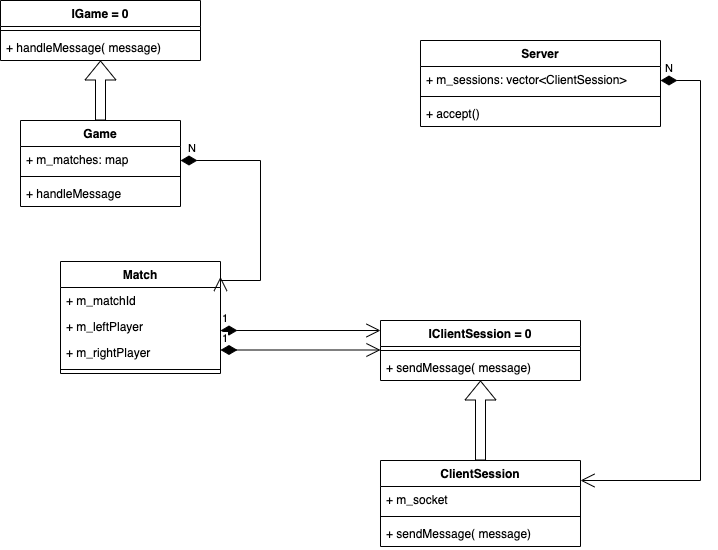
This is doc/ClassDiagram.drawio.png from oleksiinutlis/GameQT, a draw.io export, as it was before one commit. Source tidied: cells renumbered, new cells last; positions are measured from the earlier drawing's top-left corner, leaving out a move shared by most shapes. Its diagram source:
```xml
<mxGraphModel>
  <root>
    <mxCell id="0" />
    <mxCell id="1" parent="0" />
    <mxCell id="2" value="IClientSession = 0&#10;" style="swimlane;fontStyle=1;align=center;verticalAlign=top;horizontal=1;startSize=26;" parent="1" vertex="1">
      <mxGeometry x="380" y="320" width="200" height="60" as="geometry" />
    </mxCell>
    <mxCell id="3" style="line;strokeWidth=1;fillColor=none;align=left;verticalAlign=middle;spacingTop=-1;spacingLeft=3;spacingRight=3;labelPosition=right;" parent="2" vertex="1">
      <mxGeometry y="26" width="200" height="8" as="geometry" />
    </mxCell>
    <mxCell id="4" value="+ sendMessage( message)" style="text;strokeColor=none;fillColor=none;align=left;verticalAlign=top;spacingLeft=4;spacingRight=4;overflow=hidden;points=[[0,0.5],[1,0.5]];portConstraint=eastwest;" parent="2" vertex="1">
      <mxGeometry y="34" width="200" height="26" as="geometry" />
    </mxCell>
    <mxCell id="5" value="IGame = 0" style="swimlane;fontStyle=1;align=center;verticalAlign=top;horizontal=1;startSize=26;" parent="1" vertex="1">
      <mxGeometry width="200" height="60" as="geometry" />
    </mxCell>
    <mxCell id="6" style="line;strokeWidth=1;fillColor=none;align=left;verticalAlign=middle;spacingTop=-1;spacingLeft=3;spacingRight=3;labelPosition=right;" parent="5" vertex="1">
      <mxGeometry y="26" width="200" height="8" as="geometry" />
    </mxCell>
    <mxCell id="7" value="+ handleMessage( message)" style="text;strokeColor=none;fillColor=none;align=left;verticalAlign=top;spacingLeft=4;spacingRight=4;overflow=hidden;points=[[0,0.5],[1,0.5]];portConstraint=eastwest;" parent="5" vertex="1">
      <mxGeometry y="34" width="200" height="26" as="geometry" />
    </mxCell>
    <mxCell id="8" value="ClientSession" style="swimlane;fontStyle=1;align=center;verticalAlign=top;horizontal=1;startSize=26;" parent="1" vertex="1">
      <mxGeometry x="380" y="460" width="200" height="86" as="geometry" />
    </mxCell>
    <mxCell id="9" value="+ m_socket" style="text;strokeColor=none;fillColor=none;align=left;verticalAlign=top;spacingLeft=4;spacingRight=4;overflow=hidden;" parent="8" vertex="1">
      <mxGeometry y="26" width="200" height="26" as="geometry" />
    </mxCell>
    <mxCell id="10" style="line;strokeWidth=1;fillColor=none;align=left;verticalAlign=middle;spacingTop=-1;spacingLeft=3;spacingRight=3;labelPosition=right;" parent="8" vertex="1">
      <mxGeometry y="52" width="200" height="8" as="geometry" />
    </mxCell>
    <mxCell id="11" value="+ sendMessage( message)" style="text;strokeColor=none;fillColor=none;align=left;verticalAlign=top;spacingLeft=4;spacingRight=4;overflow=hidden;" parent="8" vertex="1">
      <mxGeometry y="60" width="200" height="26" as="geometry" />
    </mxCell>
    <mxCell id="12" value="Server" style="swimlane;fontStyle=1;align=center;verticalAlign=top;horizontal=1;startSize=26;" parent="1" vertex="1">
      <mxGeometry x="420" y="40" width="240" height="86" as="geometry" />
    </mxCell>
    <mxCell id="13" value="+ m_sessions: vector&lt;ClientSession&gt;" style="text;strokeColor=none;fillColor=none;align=left;verticalAlign=top;spacingLeft=4;spacingRight=4;overflow=hidden;points=[[0,0.5],[1,0.5]];portConstraint=eastwest;" parent="12" vertex="1">
      <mxGeometry y="26" width="240" height="26" as="geometry" />
    </mxCell>
    <mxCell id="14" style="line;strokeWidth=1;fillColor=none;align=left;verticalAlign=middle;spacingTop=-1;spacingLeft=3;spacingRight=3;labelPosition=right;" parent="12" vertex="1">
      <mxGeometry y="52" width="240" height="8" as="geometry" />
    </mxCell>
    <mxCell id="15" value="+ accept()" style="text;strokeColor=none;fillColor=none;align=left;verticalAlign=top;spacingLeft=4;spacingRight=4;overflow=hidden;" parent="12" vertex="1">
      <mxGeometry y="60" width="240" height="26" as="geometry" />
    </mxCell>
    <mxCell id="16" value="Match" style="swimlane;fontStyle=1;align=center;verticalAlign=top;horizontal=1;startSize=26;" parent="1" vertex="1">
      <mxGeometry x="60" y="261" width="160" height="112" as="geometry" />
    </mxCell>
    <mxCell id="17" value="+ m_matchId" style="text;strokeColor=none;fillColor=none;align=left;verticalAlign=top;spacingLeft=4;spacingRight=4;overflow=hidden;" parent="16" vertex="1">
      <mxGeometry y="26" width="160" height="26" as="geometry" />
    </mxCell>
    <mxCell id="18" value="+ m_leftPlayer" style="text;strokeColor=none;fillColor=none;align=left;verticalAlign=top;spacingLeft=4;spacingRight=4;overflow=hidden;" parent="16" vertex="1">
      <mxGeometry y="52" width="160" height="26" as="geometry" />
    </mxCell>
    <mxCell id="19" value="+ m_rightPlayer" style="text;strokeColor=none;fillColor=none;align=left;verticalAlign=top;spacingLeft=4;spacingRight=4;overflow=hidden;points=[[0,0.5],[1,0.5]];portConstraint=eastwest;" parent="16" vertex="1">
      <mxGeometry y="78" width="160" height="26" as="geometry" />
    </mxCell>
    <mxCell id="20" style="line;strokeWidth=1;fillColor=none;align=left;verticalAlign=middle;spacingTop=-1;spacingLeft=3;spacingRight=3;labelPosition=right;" parent="16" vertex="1">
      <mxGeometry y="104" width="160" height="8" as="geometry" />
    </mxCell>
    <mxCell id="21" value="Game" style="swimlane;fontStyle=1;align=center;verticalAlign=top;horizontal=1;startSize=26;" parent="1" vertex="1">
      <mxGeometry x="20" y="120" width="160" height="86" as="geometry" />
    </mxCell>
    <mxCell id="22" value="+ m_matches: map" style="text;strokeColor=none;fillColor=none;align=left;verticalAlign=top;spacingLeft=4;spacingRight=4;overflow=hidden;" parent="21" vertex="1">
      <mxGeometry y="26" width="160" height="26" as="geometry" />
    </mxCell>
    <mxCell id="23" style="line;strokeWidth=1;fillColor=none;align=left;verticalAlign=middle;spacingTop=-1;spacingLeft=3;spacingRight=3;labelPosition=right;" parent="21" vertex="1">
      <mxGeometry y="52" width="160" height="8" as="geometry" />
    </mxCell>
    <mxCell id="24" value="+ handleMessage" style="text;strokeColor=none;fillColor=none;align=left;verticalAlign=top;spacingLeft=4;spacingRight=4;overflow=hidden;" parent="21" vertex="1">
      <mxGeometry y="60" width="160" height="26" as="geometry" />
    </mxCell>
    <mxCell id="25" value="&amp;nbsp; N" style="endArrow=open;html=1;endSize=12;startArrow=diamondThin;startSize=14;startFill=1;edgeStyle=orthogonalEdgeStyle;align=left;verticalAlign=bottom;rounded=0;entryX=1;entryY=0.138;entryDx=0;entryDy=0;entryPerimeter=0;" parent="1" edge="1" target="16">
      <mxGeometry x="-1" y="3" relative="1" as="geometry">
        <mxPoint x="180" y="160" as="sourcePoint" />
        <Array as="points">
          <mxPoint x="260" y="160" />
          <mxPoint x="260" y="280" />
        </Array>
      </mxGeometry>
    </mxCell>
    <mxCell id="26" value="1" style="endArrow=open;html=1;endSize=12;startArrow=diamondThin;startSize=14;startFill=1;edgeStyle=orthogonalEdgeStyle;align=left;verticalAlign=bottom;rounded=0;" parent="1" edge="1">
      <mxGeometry x="-1" y="3" relative="1" as="geometry">
        <mxPoint x="220" y="330" as="sourcePoint" />
        <mxPoint x="380" y="330" as="targetPoint" />
      </mxGeometry>
    </mxCell>
    <mxCell id="27" value="1" style="endArrow=open;html=1;endSize=12;startArrow=diamondThin;startSize=14;startFill=1;edgeStyle=orthogonalEdgeStyle;align=left;verticalAlign=bottom;rounded=0;" parent="1" edge="1">
      <mxGeometry x="-1" y="3" relative="1" as="geometry">
        <mxPoint x="220" y="349.5" as="sourcePoint" />
        <mxPoint x="380" y="349.5" as="targetPoint" />
      </mxGeometry>
    </mxCell>
    <mxCell id="28" value="&amp;nbsp;N" style="endArrow=open;html=1;endSize=12;startArrow=diamondThin;startSize=14;startFill=1;edgeStyle=orthogonalEdgeStyle;align=left;verticalAlign=bottom;rounded=0;" parent="1" edge="1" source="13" target="8">
      <mxGeometry x="-1" y="3" relative="1" as="geometry">
        <Array as="points">
          <mxPoint x="700" y="80" />
          <mxPoint x="700" y="480" />
        </Array>
      </mxGeometry>
    </mxCell>
    <mxCell id="29" style="shape=flexArrow;endArrow=classic;html=1;rounded=0;exitX=0.5;exitY=0;exitDx=0;exitDy=0;entryX=0.5;entryY=1;entryDx=0;entryDy=0;entryPerimeter=0;" parent="1" edge="1" source="21" target="7">
      <mxGeometry relative="1" as="geometry" />
    </mxCell>
    <mxCell id="30" style="shape=flexArrow;endArrow=classic;html=1;rounded=0;exitX=0.5;exitY=0;exitDx=0;exitDy=0;entryX=0.5;entryY=1;entryDx=0;entryDy=0;entryPerimeter=0;" parent="1" edge="1" source="8" target="4">
      <mxGeometry relative="1" as="geometry" />
    </mxCell>
  </root>
</mxGraphModel>
```
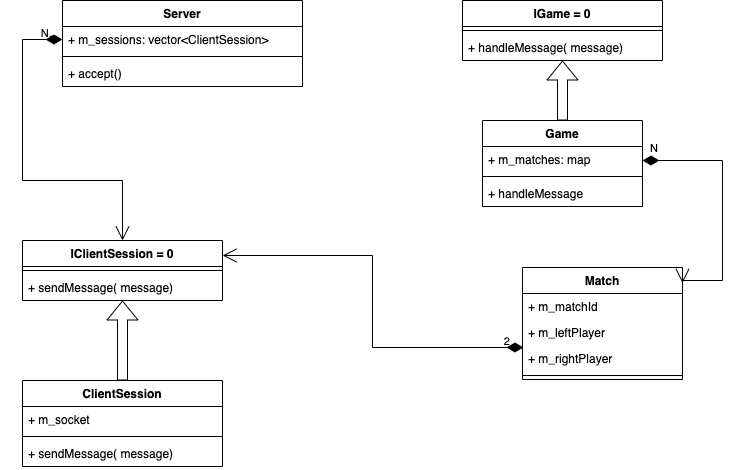
After the change.

Commit message:
updated class diagramm

The edit, as a diff of the source:
```diff
@@ -3,7 +3,7 @@
     <mxCell id="0" />
     <mxCell id="1" parent="0" />
     <mxCell id="2" value="IClientSession = 0&#10;" style="swimlane;fontStyle=1;align=center;verticalAlign=top;horizontal=1;startSize=26;" parent="1" vertex="1">
-      <mxGeometry x="380" y="320" width="200" height="60" as="geometry" />
+      <mxGeometry x="100" y="240" width="200" height="60" as="geometry" />
     </mxCell>
     <mxCell id="3" style="line;strokeWidth=1;fillColor=none;align=left;verticalAlign=middle;spacingTop=-1;spacingLeft=3;spacingRight=3;labelPosition=right;" parent="2" vertex="1">
       <mxGeometry y="26" width="200" height="8" as="geometry" />
@@ -12,7 +12,7 @@
       <mxGeometry y="34" width="200" height="26" as="geometry" />
     </mxCell>
     <mxCell id="5" value="IGame = 0" style="swimlane;fontStyle=1;align=center;verticalAlign=top;horizontal=1;startSize=26;" parent="1" vertex="1">
-      <mxGeometry width="200" height="60" as="geometry" />
+      <mxGeometry x="540" width="200" height="60" as="geometry" />
     </mxCell>
     <mxCell id="6" style="line;strokeWidth=1;fillColor=none;align=left;verticalAlign=middle;spacingTop=-1;spacingLeft=3;spacingRight=3;labelPosition=right;" parent="5" vertex="1">
       <mxGeometry y="26" width="200" height="8" as="geometry" />
@@ -21,7 +21,7 @@
       <mxGeometry y="34" width="200" height="26" as="geometry" />
     </mxCell>
     <mxCell id="8" value="ClientSession" style="swimlane;fontStyle=1;align=center;verticalAlign=top;horizontal=1;startSize=26;" parent="1" vertex="1">
-      <mxGeometry x="380" y="460" width="200" height="86" as="geometry" />
+      <mxGeometry x="100" y="380" width="200" height="86" as="geometry" />
     </mxCell>
     <mxCell id="9" value="+ m_socket" style="text;strokeColor=none;fillColor=none;align=left;verticalAlign=top;spacingLeft=4;spacingRight=4;overflow=hidden;" parent="8" vertex="1">
       <mxGeometry y="26" width="200" height="26" as="geometry" />
@@ -33,7 +33,7 @@
       <mxGeometry y="60" width="200" height="26" as="geometry" />
     </mxCell>
     <mxCell id="12" value="Server" style="swimlane;fontStyle=1;align=center;verticalAlign=top;horizontal=1;startSize=26;" parent="1" vertex="1">
-      <mxGeometry x="420" y="40" width="240" height="86" as="geometry" />
+      <mxGeometry x="140" width="240" height="86" as="geometry" />
     </mxCell>
     <mxCell id="13" value="+ m_sessions: vector&lt;ClientSession&gt;" style="text;strokeColor=none;fillColor=none;align=left;verticalAlign=top;spacingLeft=4;spacingRight=4;overflow=hidden;points=[[0,0.5],[1,0.5]];portConstraint=eastwest;" parent="12" vertex="1">
       <mxGeometry y="26" width="240" height="26" as="geometry" />
@@ -45,7 +45,7 @@
       <mxGeometry y="60" width="240" height="26" as="geometry" />
     </mxCell>
     <mxCell id="16" value="Match" style="swimlane;fontStyle=1;align=center;verticalAlign=top;horizontal=1;startSize=26;" parent="1" vertex="1">
-      <mxGeometry x="60" y="261" width="160" height="112" as="geometry" />
+      <mxGeometry x="600" y="267" width="160" height="112" as="geometry" />
     </mxCell>
     <mxCell id="17" value="+ m_matchId" style="text;strokeColor=none;fillColor=none;align=left;verticalAlign=top;spacingLeft=4;spacingRight=4;overflow=hidden;" parent="16" vertex="1">
       <mxGeometry y="26" width="160" height="26" as="geometry" />
@@ -60,7 +60,7 @@
       <mxGeometry y="104" width="160" height="8" as="geometry" />
     </mxCell>
     <mxCell id="21" value="Game" style="swimlane;fontStyle=1;align=center;verticalAlign=top;horizontal=1;startSize=26;" parent="1" vertex="1">
-      <mxGeometry x="20" y="120" width="160" height="86" as="geometry" />
+      <mxGeometry x="560" y="120" width="160" height="86" as="geometry" />
     </mxCell>
     <mxCell id="22" value="+ m_matches: map" style="text;strokeColor=none;fillColor=none;align=left;verticalAlign=top;spacingLeft=4;spacingRight=4;overflow=hidden;" parent="21" vertex="1">
       <mxGeometry y="26" width="160" height="26" as="geometry" />
@@ -73,38 +73,30 @@
     </mxCell>
     <mxCell id="25" value="&amp;nbsp; N" style="endArrow=open;html=1;endSize=12;startArrow=diamondThin;startSize=14;startFill=1;edgeStyle=orthogonalEdgeStyle;align=left;verticalAlign=bottom;rounded=0;entryX=1;entryY=0.138;entryDx=0;entryDy=0;entryPerimeter=0;" parent="1" edge="1" target="16">
       <mxGeometry x="-1" y="3" relative="1" as="geometry">
-        <mxPoint x="180" y="160" as="sourcePoint" />
+        <mxPoint x="720" y="160" as="sourcePoint" />
         <Array as="points">
-          <mxPoint x="260" y="160" />
-          <mxPoint x="260" y="280" />
+          <mxPoint x="800" y="160" />
+          <mxPoint x="800" y="280" />
         </Array>
       </mxGeometry>
     </mxCell>
-    <mxCell id="26" value="1" style="endArrow=open;html=1;endSize=12;startArrow=diamondThin;startSize=14;startFill=1;edgeStyle=orthogonalEdgeStyle;align=left;verticalAlign=bottom;rounded=0;" parent="1" edge="1">
-      <mxGeometry x="-1" y="3" relative="1" as="geometry">
-        <mxPoint x="220" y="330" as="sourcePoint" />
-        <mxPoint x="380" y="330" as="targetPoint" />
-      </mxGeometry>
-    </mxCell>
-    <mxCell id="27" value="1" style="endArrow=open;html=1;endSize=12;startArrow=diamondThin;startSize=14;startFill=1;edgeStyle=orthogonalEdgeStyle;align=left;verticalAlign=bottom;rounded=0;" parent="1" edge="1">
-      <mxGeometry x="-1" y="3" relative="1" as="geometry">
-        <mxPoint x="220" y="349.5" as="sourcePoint" />
-        <mxPoint x="380" y="349.5" as="targetPoint" />
-      </mxGeometry>
-    </mxCell>
-    <mxCell id="28" value="&amp;nbsp;N" style="endArrow=open;html=1;endSize=12;startArrow=diamondThin;startSize=14;startFill=1;edgeStyle=orthogonalEdgeStyle;align=left;verticalAlign=bottom;rounded=0;" parent="1" edge="1" source="13" target="8">
-      <mxGeometry x="-1" y="3" relative="1" as="geometry">
-        <Array as="points">
-          <mxPoint x="700" y="80" />
-          <mxPoint x="700" y="480" />
-        </Array>
-      </mxGeometry>
-    </mxCell>
     <mxCell id="29" style="shape=flexArrow;endArrow=classic;html=1;rounded=0;exitX=0.5;exitY=0;exitDx=0;exitDy=0;entryX=0.5;entryY=1;entryDx=0;entryDy=0;entryPerimeter=0;" parent="1" edge="1" source="21" target="7">
       <mxGeometry relative="1" as="geometry" />
     </mxCell>
     <mxCell id="30" style="shape=flexArrow;endArrow=classic;html=1;rounded=0;exitX=0.5;exitY=0;exitDx=0;exitDy=0;entryX=0.5;entryY=1;entryDx=0;entryDy=0;entryPerimeter=0;" parent="1" edge="1" source="8" target="4">
       <mxGeometry relative="1" as="geometry" />
     </mxCell>
+    <mxCell id="31" value="&lt;blockquote style=&quot;margin: 0px 0px 0px 40px ; border: none ; padding: 0px&quot;&gt;N.&amp;nbsp; &amp;nbsp;&lt;/blockquote&gt;" style="endArrow=open;html=1;endSize=12;startArrow=diamondThin;startSize=14;startFill=1;edgeStyle=orthogonalEdgeStyle;align=right;verticalAlign=bottom;rounded=0;exitX=0;exitY=0.5;exitDx=0;exitDy=0;entryX=0.5;entryY=0;entryDx=0;entryDy=0;labelBackgroundColor=none;" parent="1" edge="1" source="13" target="2">
+      <mxGeometry x="-1" y="3" relative="1" as="geometry">
+        <Array as="points">
+          <mxPoint x="100" y="39" />
+          <mxPoint x="100" y="180" />
+          <mxPoint x="200" y="180" />
+        </Array>
+      </mxGeometry>
+    </mxCell>
+    <mxCell id="32" value="2&amp;nbsp; &amp;nbsp;&amp;nbsp;" style="endArrow=open;html=1;endSize=12;startArrow=diamondThin;startSize=14;startFill=1;edgeStyle=orthogonalEdgeStyle;align=right;verticalAlign=bottom;rounded=0;labelBackgroundColor=none;entryX=1;entryY=0.25;entryDx=0;entryDy=0;exitX=0.006;exitY=0.077;exitDx=0;exitDy=0;exitPerimeter=0;" parent="1" edge="1" source="19" target="2">
+      <mxGeometry x="-1" y="3" relative="1" as="geometry" />
+    </mxCell>
   </root>
 </mxGraphModel>
```
